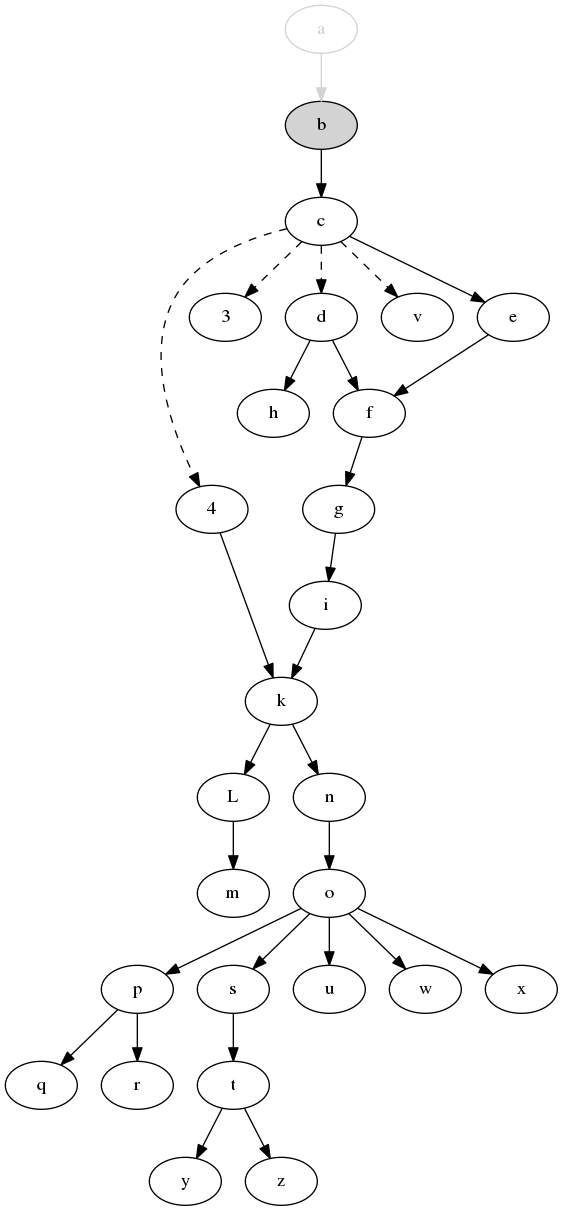
Before: svm-startup-deps.png, a diagram exported from Graphviz (jdmpapin/svm-startup-deps). Its source is kept beside it as svm-startup-deps.dot.
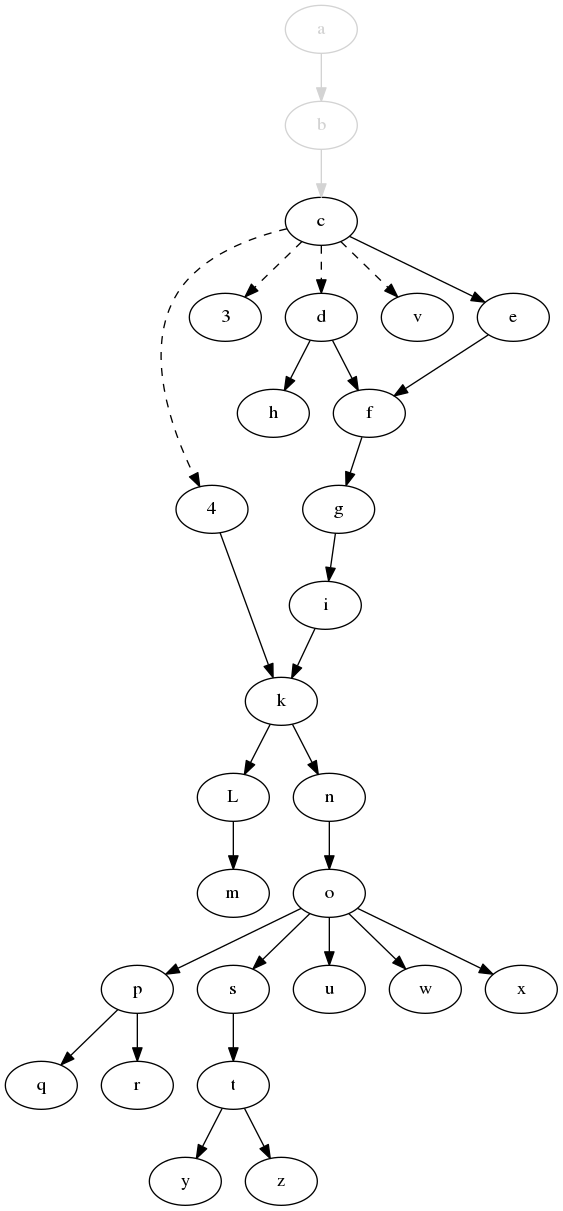
After the commit.

Commit message:
Mark b complete

Change to the diagram source:
```diff
@@ -2,7 +2,7 @@
     4;
     3;
     a [color=lightgrey,fontcolor=lightgrey];
-    b [style=filled,fillcolor=lightgrey];
+    b [color=lightgrey,fontcolor=lightgrey];
     c;
     d;
     e;
@@ -33,7 +33,7 @@
     c -> d [style=dashed];
     c -> v [style=dashed];
     a -> b [color=lightgrey];
-    b -> c;
+    b -> c [color=lightgrey];
     c -> e;
     d -> f;
     e -> f;
```
